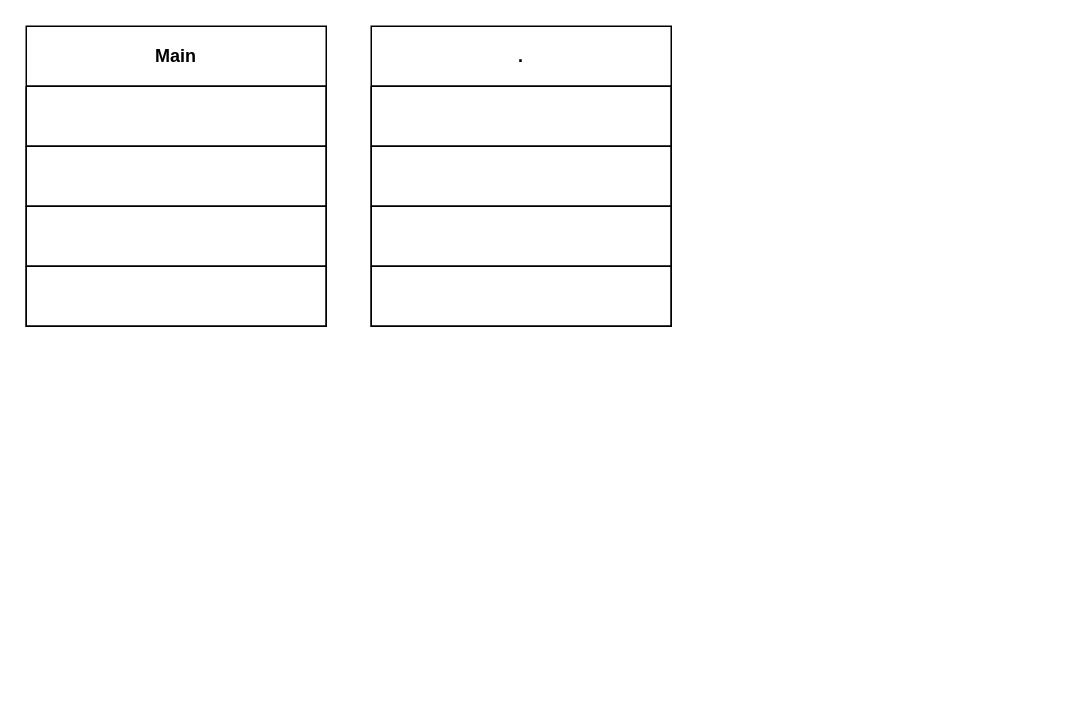
This is documents/Bandit UML.drawio from DanciuA004/Year3Project, a draw.io file, before an edit. Source tidied: cells renumbered, new cells numbered last; positions are measured from the earlier drawing's top-left corner, leaving out a move shared by most shapes. Both pictures are drawn from the tidied source at 150%, with x=0, y=0 at pixel (26, 26).
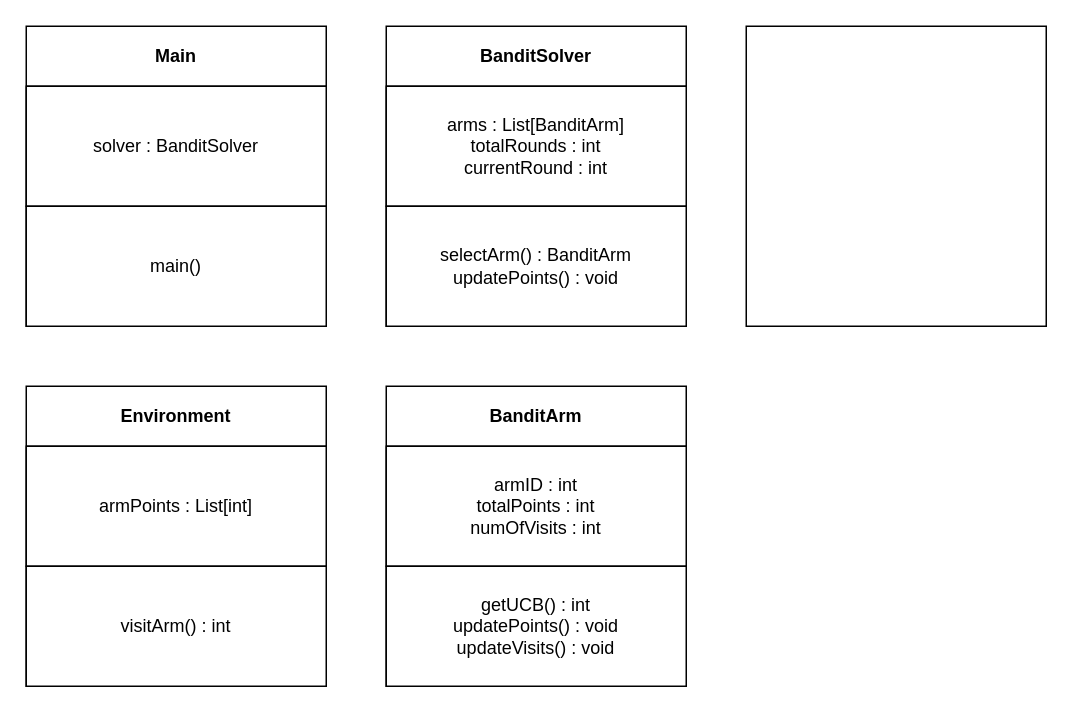
The same page after the edit.

Commit message:
further work on the Bandit UML diagram

Change to the diagram source:
```diff
@@
 <mxGraphModel>
   <root>
     <mxCell id="0" />
     <mxCell id="1" parent="0" />
     <mxCell id="2" value="Main" style="swimlane;whiteSpace=wrap;html=1;startSize=40;" parent="1" vertex="1">
       <mxGeometry width="200" height="200" as="geometry" />
     </mxCell>
-    <mxCell id="3" style="swimlane;startSize=0;" parent="2" vertex="1">
-      <mxGeometry y="40" width="200" height="40" as="geometry" />
-    </mxCell>
-    <mxCell id="4" style="swimlane;startSize=0;" parent="2" vertex="1">
-      <mxGeometry y="80" width="200" height="40" as="geometry" />
-    </mxCell>
-    <mxCell id="5" style="swimlane;startSize=0;" parent="2" vertex="1">
-      <mxGeometry y="120" width="200" height="40" as="geometry" />
-    </mxCell>
-    <mxCell id="6" style="swimlane;startSize=0;" parent="2" vertex="1">
-      <mxGeometry y="160" width="200" height="40" as="geometry" />
-    </mxCell>
-    <mxCell id="7" value="." style="swimlane;whiteSpace=wrap;html=1;startSize=40;" parent="1" vertex="1">
-      <mxGeometry x="230" width="200" height="200" as="geometry" />
-    </mxCell>
-    <mxCell id="8" style="swimlane;startSize=0;" parent="7" vertex="1">
-      <mxGeometry y="40" width="200" height="40" as="geometry" />
-    </mxCell>
-    <mxCell id="9" style="swimlane;startSize=0;" parent="7" vertex="1">
-      <mxGeometry y="80" width="200" height="40" as="geometry" />
-    </mxCell>
-    <mxCell id="10" style="swimlane;startSize=0;" parent="7" vertex="1">
-      <mxGeometry y="120" width="200" height="40" as="geometry" />
-    </mxCell>
-    <mxCell id="11" style="swimlane;startSize=0;" parent="7" vertex="1">
-      <mxGeometry y="160" width="200" height="40" as="geometry" />
-    </mxCell>
+    <mxCell id="12" value="solver : BanditSolver" style="whiteSpace=wrap;html=1;" parent="2" vertex="1">
+      <mxGeometry y="40" width="200" height="80" as="geometry" />
+    </mxCell>
+    <mxCell id="13" value="main()" style="whiteSpace=wrap;html=1;" parent="2" vertex="1">
+      <mxGeometry y="120" width="200" height="80" as="geometry" />
+    </mxCell>
+    <mxCell id="14" value="Environment" style="swimlane;whiteSpace=wrap;html=1;startSize=40;" parent="1" vertex="1">
+      <mxGeometry y="240" width="200" height="200" as="geometry" />
+    </mxCell>
+    <mxCell id="15" value="armPoints : List[int]" style="whiteSpace=wrap;html=1;" parent="14" vertex="1">
+      <mxGeometry y="40" width="200" height="80" as="geometry" />
+    </mxCell>
+    <mxCell id="16" value="visitArm() : int" style="whiteSpace=wrap;html=1;" parent="14" vertex="1">
+      <mxGeometry y="120" width="200" height="80" as="geometry" />
+    </mxCell>
+    <mxCell id="17" value="BanditArm" style="swimlane;whiteSpace=wrap;html=1;startSize=40;" parent="1" vertex="1">
+      <mxGeometry x="240" y="240" width="200" height="200" as="geometry" />
+    </mxCell>
+    <mxCell id="18" value="armID : int&lt;br&gt;totalPoints : int&lt;br&gt;numOfVisits : int" style="whiteSpace=wrap;html=1;" parent="17" vertex="1">
+      <mxGeometry y="40" width="200" height="80" as="geometry" />
+    </mxCell>
+    <mxCell id="19" value="getUCB() : int&lt;br&gt;updatePoints() : void&lt;br&gt;updateVisits() : void" style="whiteSpace=wrap;html=1;" parent="17" vertex="1">
+      <mxGeometry y="120" width="200" height="80" as="geometry" />
+    </mxCell>
+    <mxCell id="20" value="BanditSolver" style="swimlane;whiteSpace=wrap;html=1;startSize=40;" parent="1" vertex="1">
+      <mxGeometry x="240" width="200" height="200" as="geometry" />
+    </mxCell>
+    <mxCell id="21" value="arms : List[BanditArm]&lt;br&gt;totalRounds : int&lt;br&gt;currentRound : int" style="whiteSpace=wrap;html=1;" parent="20" vertex="1">
+      <mxGeometry y="40" width="200" height="80" as="geometry" />
+    </mxCell>
+    <mxCell id="22" value="selectArm() : BanditArm&lt;br&gt;updatePoints() : void" style="whiteSpace=wrap;html=1;" parent="20" vertex="1">
+      <mxGeometry y="120" width="200" height="80" as="geometry" />
+    </mxCell>
+    <mxCell id="23" style="whiteSpace=wrap;html=1;" parent="1" vertex="1">
+      <mxGeometry x="480" width="200" height="200" as="geometry" />
+    </mxCell>
   </root>
 </mxGraphModel>
```
